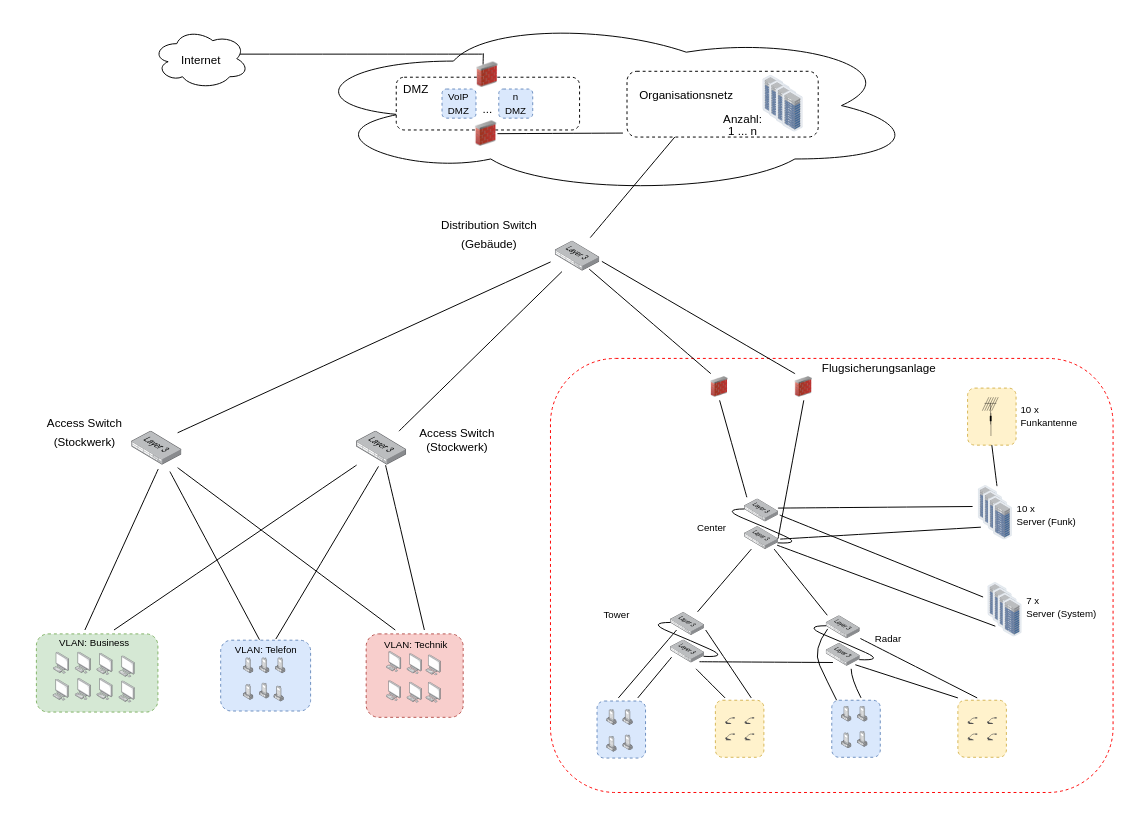
Above: Logische Netzwerktopologie.drawio in meetSeb/Computer-Network (draw.io), before the change. Source tidied: cells renumbered, new cells numbered last; positions are measured from the earlier drawing's top-left corner, leaving out a move shared by most shapes. Both pictures are drawn from the tidied source at 97%, with x=0, y=0 at pixel (16, 16).
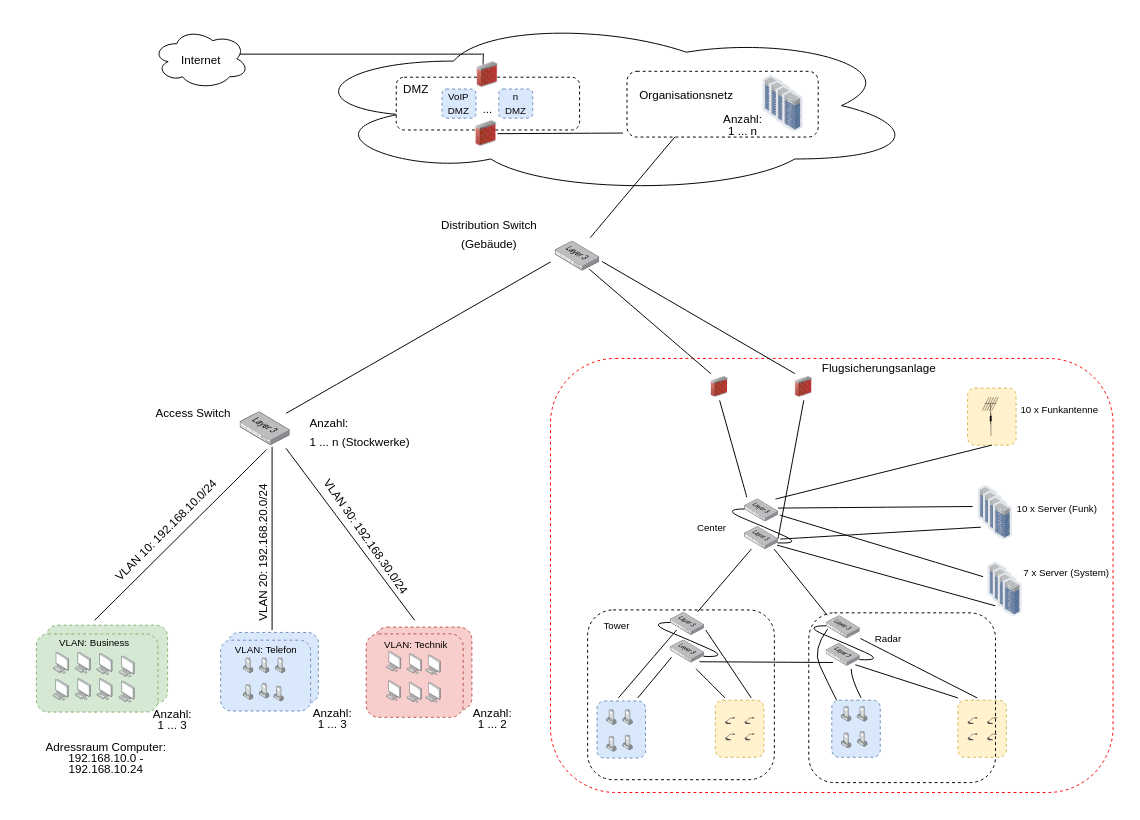
The same page after the edit.

Unchanged cells that the change refers to:
```xml
<mxCell id="2" style="group;" parent="1" vertex="1">
  <mxGeometry x="550" y="352" width="580" height="447.5" as="geometry" />
</mxCell>
<mxCell id="20" style="image;points=[];html=1;align=center;shadow=0;dashed=0;image=img/lib/allied_telesis/storage/Datacenter_Server_Rack_ToR.svg;" parent="18" vertex="1">
  <mxGeometry x="5.2" y="5.4" width="19.7" height="39.9" as="geometry" />
</mxCell>
<mxCell id="24" style="rounded=1;whiteSpace=wrap;html=1;dashed=1;fillColor=#fff2cc;strokeColor=#d6b656;" parent="2" vertex="1">
  <mxGeometry x="430" y="30.6" width="50" height="58.8" as="geometry" />
</mxCell>
<mxCell id="70" value="&lt;font style=&quot;font-size: 10px;&quot;&gt;VLAN: Telefon&lt;/font&gt;" style="text;strokeColor=none;fillColor=none;html=1;align=center;verticalAlign=middle;whiteSpace=wrap;rounded=0;fontSize=16;" parent="60" vertex="1">
  <mxGeometry x="-0.9" y="3.6" width="95.6" height="8.2" as="geometry" />
</mxCell>
<mxCell id="93" style="image;points=[];html=1;align=center;shadow=0;dashed=0;image=img/lib/allied_telesis/switch/Switch_52_port_L3.svg;" parent="92" vertex="1">
  <mxGeometry x="100" y="25" width="51.7" height="35" as="geometry" />
</mxCell>
<mxCell id="96" style="image;points=[];html=1;align=center;shadow=0;dashed=0;image=img/lib/allied_telesis/switch/Switch_52_port_L3.svg;" parent="95" vertex="1">
  <mxGeometry y="47" width="45.8" height="31" as="geometry" />
</mxCell>
<mxCell id="146" style="image;points=[];html=1;align=center;shadow=0;dashed=0;image=img/lib/allied_telesis/switch/Switch_52_port_L3.svg;" parent="145" vertex="1">
  <mxGeometry width="35" height="23.7" as="geometry" />
</mxCell>
```

Change to the diagram source:
```diff
@@
+    <mxCell id="164" style="rounded=1;whiteSpace=wrap;html=1;dashed=1;fillColor=#f8cecc;strokeColor=#b85450;" parent="1" vertex="1">
+      <mxGeometry x="369" y="629" width="100" height="86" as="geometry" />
+    </mxCell>
+    <mxCell id="165" style="rounded=1;whiteSpace=wrap;html=1;dashed=1;fillColor=#dae8fc;strokeColor=#6c8ebf;" parent="1" vertex="1">
+      <mxGeometry x="218" y="634.5" width="92.7" height="73" as="geometry" />
+    </mxCell>
+    <mxCell id="166" style="rounded=1;whiteSpace=wrap;html=1;dashed=1;fillColor=#d5e8d4;strokeColor=#82b366;" parent="1" vertex="1">
+      <mxGeometry x="30" y="627" width="125.3" height="80.6" as="geometry" />
+    </mxCell>
@@
     <mxCell id="12" style="group;" parent="2" vertex="1">
-      <mxGeometry x="451" y="231" width="35.2" height="61.2" as="geometry" />
+      <mxGeometry x="451" y="210" width="35.2" height="61.2" as="geometry" />
     </mxCell>
@@
-    <mxCell id="17" value="&lt;font style=&quot;font-size: 10px;&quot;&gt;7 x&amp;nbsp;&lt;/font&gt;&lt;div style=&quot;font-size: 10px;&quot;&gt;&lt;font style=&quot;font-size: 10px;&quot;&gt;Server (System)&lt;/font&gt;&lt;div&gt;&lt;span style=&quot;&quot;&gt;&lt;br&gt;&lt;/span&gt;&lt;/div&gt;&lt;/div&gt;" style="text;strokeColor=none;fillColor=none;html=1;align=left;verticalAlign=top;whiteSpace=wrap;rounded=0;fontSize=16;" parent="2" vertex="1">
-      <mxGeometry x="489.2" y="231.5" width="76.5" height="42.1" as="geometry" />
+    <mxCell id="17" value="&lt;font style=&quot;font-size: 10px;&quot;&gt;7 x&amp;nbsp;&lt;/font&gt;&lt;span style=&quot;font-size: 10px;&quot;&gt;Server (System)&lt;/span&gt;&lt;div style=&quot;font-size: 10px;&quot;&gt;&lt;div&gt;&lt;span style=&quot;&quot;&gt;&lt;br&gt;&lt;/span&gt;&lt;/div&gt;&lt;/div&gt;" style="text;strokeColor=none;fillColor=none;html=1;align=left;verticalAlign=top;whiteSpace=wrap;rounded=0;fontSize=16;" parent="2" vertex="1">
+      <mxGeometry x="486.2" y="202.7" width="93.8" height="42.1" as="geometry" />
     </mxCell>
@@
-    <mxCell id="23" value="&lt;font style=&quot;font-size: 10px;&quot;&gt;10 x&amp;nbsp;&lt;/font&gt;&lt;div style=&quot;font-size: 10px;&quot;&gt;&lt;font style=&quot;font-size: 10px;&quot;&gt;Server (Funk)&lt;/font&gt;&lt;div&gt;&lt;span style=&quot;&quot;&gt;&lt;br&gt;&lt;/span&gt;&lt;/div&gt;&lt;/div&gt;" style="text;strokeColor=none;fillColor=none;html=1;align=left;verticalAlign=top;whiteSpace=wrap;rounded=0;fontSize=16;" parent="2" vertex="1">
-      <mxGeometry x="479.2" y="137" width="76.5" height="42.1" as="geometry" />
+    <mxCell id="23" value="&lt;font style=&quot;font-size: 10px;&quot;&gt;10 x &lt;/font&gt;&lt;span style=&quot;font-size: 10px;&quot;&gt;Server (Funk)&lt;/span&gt;&lt;div style=&quot;font-size: 10px;&quot;&gt;&lt;div&gt;&lt;span style=&quot;&quot;&gt;&lt;br&gt;&lt;/span&gt;&lt;/div&gt;&lt;/div&gt;" style="text;strokeColor=none;fillColor=none;html=1;align=left;verticalAlign=top;whiteSpace=wrap;rounded=0;fontSize=16;" parent="2" vertex="1">
+      <mxGeometry x="479.2" y="137" width="90.8" height="42.1" as="geometry" />
     </mxCell>
@@
-    <mxCell id="26" value="&lt;font style=&quot;font-size: 10px;&quot;&gt;10 x&amp;nbsp;&lt;/font&gt;&lt;div style=&quot;font-size: 10px;&quot;&gt;Funkantenne&lt;br&gt;&lt;div&gt;&lt;span style=&quot;&quot;&gt;&lt;br&gt;&lt;/span&gt;&lt;/div&gt;&lt;/div&gt;" style="text;strokeColor=none;fillColor=none;html=1;align=left;verticalAlign=top;whiteSpace=wrap;rounded=0;fontSize=16;" parent="2" vertex="1">
-      <mxGeometry x="483" y="35" width="76.5" height="42.1" as="geometry" />
+    <mxCell id="26" value="&lt;font style=&quot;font-size: 10px;&quot;&gt;10 x&amp;nbsp;&lt;/font&gt;&lt;span style=&quot;font-size: 10px;&quot;&gt;Funkantenne&lt;/span&gt;&lt;div style=&quot;font-size: 10px;&quot;&gt;&lt;div&gt;&lt;span style=&quot;&quot;&gt;&lt;br&gt;&lt;/span&gt;&lt;/div&gt;&lt;/div&gt;" style="text;strokeColor=none;fillColor=none;html=1;align=left;verticalAlign=top;whiteSpace=wrap;rounded=0;fontSize=16;" parent="2" vertex="1">
+      <mxGeometry x="483" y="35" width="87" height="42.1" as="geometry" />
     </mxCell>
-    <mxCell id="27" style="endArrow=none;html=1;rounded=0;fontSize=12;startSize=8;endSize=8;curved=1;exitX=0.717;exitY=-0.118;exitDx=0;exitDy=0;exitPerimeter=0;entryX=0.5;entryY=1;entryDx=0;entryDy=0;" parent="2" edge="1" source="20" target="24">
-      <mxGeometry relative="1" as="geometry" />
-    </mxCell>
@@
     <mxCell id="41" value="&lt;font style=&quot;font-size: 10px;&quot;&gt;Tower&lt;/font&gt;" style="text;strokeColor=none;fillColor=none;html=1;align=center;verticalAlign=middle;whiteSpace=wrap;rounded=0;fontSize=16;" parent="2" vertex="1">
-      <mxGeometry x="40" y="242.7" width="56.6" height="37.9" as="geometry" />
+      <mxGeometry x="40" y="253.7" width="56.6" height="37.9" as="geometry" />
     </mxCell>
@@
     <mxCell id="71" style="group;" parent="1" vertex="1">
-      <mxGeometry x="20" y="636" width="150" height="86" as="geometry" />
+      <mxGeometry x="20" y="636" width="160.5" height="96.2" as="geometry" />
     </mxCell>
     <mxCell id="72" style="group;" parent="71" vertex="1">
-      <mxGeometry width="150" height="86" as="geometry" />
+      <mxGeometry width="160.5" height="96.2" as="geometry" />
     </mxCell>
@@
+    <mxCell id="167" value="&lt;p style=&quot;line-height: 60%;&quot;&gt;&lt;font style=&quot;font-size: 12px;&quot;&gt;Anzahl: 1 ... 3&lt;/font&gt;&lt;/p&gt;" style="text;strokeColor=none;fillColor=none;html=1;align=center;verticalAlign=middle;whiteSpace=wrap;rounded=0;fontSize=16;" parent="72" vertex="1">
+      <mxGeometry x="120" y="80.6" width="40.5" height="15.5" as="geometry" />
+    </mxCell>
@@
     <mxCell id="84" style="endArrow=none;html=1;rounded=0;fontSize=12;startSize=8;endSize=8;curved=1;exitX=0.915;exitY=1.076;exitDx=0;exitDy=0;exitPerimeter=0;" parent="1" edge="1" source="93">
       <mxGeometry relative="1" as="geometry">
-        <mxPoint x="390" y="632" as="targetPoint" />
+        <mxPoint x="410" y="622" as="targetPoint" />
       </mxGeometry>
     </mxCell>
-    <mxCell id="85" style="endArrow=none;html=1;rounded=0;fontSize=12;startSize=8;endSize=8;curved=1;exitX=0.761;exitY=1.19;exitDx=0;exitDy=0;exitPerimeter=0;" parent="1" edge="1" source="93">
+    <mxCell id="85" style="endArrow=none;html=1;rounded=0;fontSize=12;startSize=8;endSize=8;curved=1;" parent="1" edge="1">
       <mxGeometry relative="1" as="geometry">
-        <mxPoint x="250" y="642" as="targetPoint" />
+        <mxPoint x="263" y="443" as="sourcePoint" />
+        <mxPoint x="263" y="632" as="targetPoint" />
       </mxGeometry>
     </mxCell>
     <mxCell id="86" style="endArrow=none;html=1;rounded=0;fontSize=12;startSize=8;endSize=8;curved=1;exitX=0.529;exitY=1.114;exitDx=0;exitDy=0;exitPerimeter=0;" parent="1" edge="1" source="93">
       <mxGeometry relative="1" as="geometry">
-        <mxPoint x="70" y="632" as="targetPoint" />
+        <mxPoint x="80" y="622" as="targetPoint" />
       </mxGeometry>
     </mxCell>
-    <mxCell id="87" style="endArrow=none;html=1;rounded=0;fontSize=12;startSize=8;endSize=8;curved=1;" parent="1" edge="1" source="98">
-      <mxGeometry relative="1" as="geometry">
-        <mxPoint x="100" y="632" as="targetPoint" />
-      </mxGeometry>
-    </mxCell>
-    <mxCell id="88" style="endArrow=none;html=1;rounded=0;fontSize=12;startSize=8;endSize=8;curved=1;entryX=0.604;entryY=-0.582;entryDx=0;entryDy=0;exitX=0.439;exitY=1.038;exitDx=0;exitDy=0;exitPerimeter=0;entryPerimeter=0;" parent="1" edge="1" source="98" target="70">
-      <mxGeometry relative="1" as="geometry" />
-    </mxCell>
-    <mxCell id="89" style="endArrow=none;html=1;rounded=0;fontSize=12;startSize=8;endSize=8;curved=1;" parent="1" edge="1" source="98">
-      <mxGeometry relative="1" as="geometry">
-        <mxPoint x="420" y="632" as="targetPoint" />
-      </mxGeometry>
-    </mxCell>
@@
-    <mxCell id="91" style="endArrow=none;html=1;rounded=0;fontSize=12;startSize=8;endSize=8;curved=1;entryX=0.149;entryY=1.016;entryDx=0;entryDy=0;entryPerimeter=0;" parent="1" edge="1" source="98" target="96">
-      <mxGeometry relative="1" as="geometry" />
-    </mxCell>
     <mxCell id="92" style="group;" parent="1" vertex="1">
-      <mxGeometry x="18.3" y="402" width="151.7" height="60" as="geometry" />
+      <mxGeometry x="130" y="382" width="151.7" height="60" as="geometry" />
     </mxCell>
@@
-    <mxCell id="94" value="&lt;font style=&quot;font-size: 12px;&quot;&gt;Access Switch&lt;/font&gt;&lt;div&gt;&lt;font style=&quot;font-size: 12px;&quot;&gt;(Stockwerk)&lt;/font&gt;&lt;/div&gt;" style="text;strokeColor=none;fillColor=none;html=1;align=center;verticalAlign=middle;whiteSpace=wrap;rounded=0;fontSize=16;" parent="92" vertex="1">
+    <mxCell id="94" value="&lt;font style=&quot;font-size: 12px;&quot;&gt;Access Switch&lt;/font&gt;" style="text;strokeColor=none;fillColor=none;html=1;align=center;verticalAlign=middle;whiteSpace=wrap;rounded=0;fontSize=16;" parent="92" vertex="1">
       <mxGeometry width="104" height="50" as="geometry" />
     </mxCell>
@@
-    <mxCell id="97" style="group;" parent="1" vertex="1">
-      <mxGeometry x="350" y="402" width="149.4" height="60" as="geometry" />
-    </mxCell>
-    <mxCell id="98" style="image;points=[];html=1;align=center;shadow=0;dashed=0;image=img/lib/allied_telesis/switch/Switch_52_port_L3.svg;" parent="97" vertex="1">
-      <mxGeometry y="25" width="51.7" height="35" as="geometry" />
-    </mxCell>
-    <mxCell id="99" value="&lt;font style=&quot;font-size: 12px;&quot;&gt;Access Switch&lt;/font&gt;&lt;div style=&quot;font-size: 12px;&quot;&gt;&lt;font style=&quot;font-size: 12px;&quot;&gt;(Stockwerk)&lt;/font&gt;&lt;/div&gt;" style="text;strokeColor=none;fillColor=none;html=1;align=center;verticalAlign=middle;whiteSpace=wrap;rounded=0;fontSize=16;" parent="97" vertex="1">
-      <mxGeometry x="51.7" y="7" width="104" height="50" as="geometry" />
-    </mxCell>
@@
     <mxCell id="130" style="group;" parent="1" vertex="1">
-      <mxGeometry x="640" y="367.8" width="437.5" height="337.3" as="geometry" />
+      <mxGeometry x="640" y="367.8" width="437.5" height="409.5" as="geometry" />
     </mxCell>
@@
     <mxCell id="138" style="group;" parent="130" vertex="1">
-      <mxGeometry x="169.8" y="249.5" width="84.1" height="53.3" as="geometry" />
+      <mxGeometry x="169.8" y="249.5" width="84.1" height="160" as="geometry" />
     </mxCell>
@@
+    <mxCell id="168" style="rounded=1;whiteSpace=wrap;html=1;fillColor=none;dashed=1;" parent="138" vertex="1">
+      <mxGeometry x="-221.5" y="-6" width="192.5" height="175" as="geometry" />
+    </mxCell>
@@
+    <mxCell id="27" style="endArrow=none;html=1;rounded=0;fontSize=12;startSize=8;endSize=8;curved=1;exitX=0.91;exitY=0.005;exitDx=0;exitDy=0;exitPerimeter=0;entryX=0.5;entryY=1;entryDx=0;entryDy=0;" parent="1" edge="1" source="146" target="24">
+      <mxGeometry relative="1" as="geometry" />
+    </mxCell>
+    <mxCell id="169" value="&lt;span style=&quot;font-size: 12px;&quot;&gt;Anzahl:&lt;/span&gt;&lt;div&gt;&lt;span style=&quot;font-size: 12px;&quot;&gt;1 ... n (Stockwerke)&lt;/span&gt;&lt;/div&gt;" style="text;strokeColor=none;fillColor=none;html=1;align=left;verticalAlign=middle;whiteSpace=wrap;rounded=0;fontSize=16;" parent="1" vertex="1">
+      <mxGeometry x="300" y="402" width="114.2" height="50" as="geometry" />
+    </mxCell>
+    <mxCell id="170" value="&lt;p style=&quot;line-height: 60%;&quot;&gt;&lt;font style=&quot;font-size: 12px;&quot;&gt;Anzahl: 1 ... 3&lt;/font&gt;&lt;/p&gt;" style="text;strokeColor=none;fillColor=none;html=1;align=center;verticalAlign=middle;whiteSpace=wrap;rounded=0;fontSize=16;" parent="1" vertex="1">
+      <mxGeometry x="305" y="715" width="40.5" height="15.5" as="geometry" />
+    </mxCell>
+    <mxCell id="171" value="&lt;p style=&quot;line-height: 60%;&quot;&gt;&lt;font style=&quot;font-size: 12px;&quot;&gt;Anzahl: 1 ... 2&lt;/font&gt;&lt;/p&gt;" style="text;strokeColor=none;fillColor=none;html=1;align=center;verticalAlign=middle;whiteSpace=wrap;rounded=0;fontSize=16;" parent="1" vertex="1">
+      <mxGeometry x="470" y="715" width="40.5" height="15.5" as="geometry" />
+    </mxCell>
+    <mxCell id="172" value="&lt;p style=&quot;line-height: 60%;&quot;&gt;&lt;font style=&quot;font-size: 12px;&quot;&gt;VLAN 10: 192.168.10.0/24&lt;/font&gt;&lt;/p&gt;" style="text;strokeColor=none;fillColor=none;html=1;align=center;verticalAlign=middle;whiteSpace=wrap;rounded=0;fontSize=16;rotation=-45;" parent="1" vertex="1">
+      <mxGeometry x="79.5" y="517.4" width="147.6" height="24.1" as="geometry" />
+    </mxCell>
+    <mxCell id="173" value="&lt;p style=&quot;line-height: 60%;&quot;&gt;&lt;font style=&quot;font-size: 12px;&quot;&gt;VLAN 20: 192.168.20.0/24&lt;/font&gt;&lt;/p&gt;" style="text;strokeColor=none;fillColor=none;html=1;align=center;verticalAlign=middle;whiteSpace=wrap;rounded=0;fontSize=16;rotation=-90;" parent="1" vertex="1">
+      <mxGeometry x="178.8" y="540.3" width="150" height="24.1" as="geometry" />
+    </mxCell>
+    <mxCell id="174" value="&lt;p style=&quot;line-height: 60%;&quot;&gt;&lt;font style=&quot;font-size: 12px;&quot;&gt;VLAN 30: 192.168.30.0/24&lt;/font&gt;&lt;/p&gt;" style="text;strokeColor=none;fillColor=none;html=1;align=center;verticalAlign=middle;whiteSpace=wrap;rounded=0;fontSize=16;rotation=55;" parent="1" vertex="1">
+      <mxGeometry x="283.5" y="523.4" width="153.3" height="24.1" as="geometry" />
+    </mxCell>
+    <mxCell id="175" value="&lt;p style=&quot;line-height: 60%;&quot;&gt;&lt;font style=&quot;font-size: 12px;&quot;&gt;Adressraum Computer: 192.168.10.0 - 192.168.10.24&lt;/font&gt;&lt;/p&gt;" style="text;strokeColor=none;fillColor=none;html=1;align=center;verticalAlign=middle;whiteSpace=wrap;rounded=0;fontSize=16;rotation=0;" parent="1" vertex="1">
+      <mxGeometry x="27.7" y="752" width="127.6" height="24.1" as="geometry" />
+    </mxCell>
+    <mxCell id="176" style="rounded=1;whiteSpace=wrap;html=1;fillColor=none;dashed=1;" parent="1" vertex="1">
+      <mxGeometry x="816.3" y="614.3" width="192.5" height="175" as="geometry" />
+    </mxCell>
```
